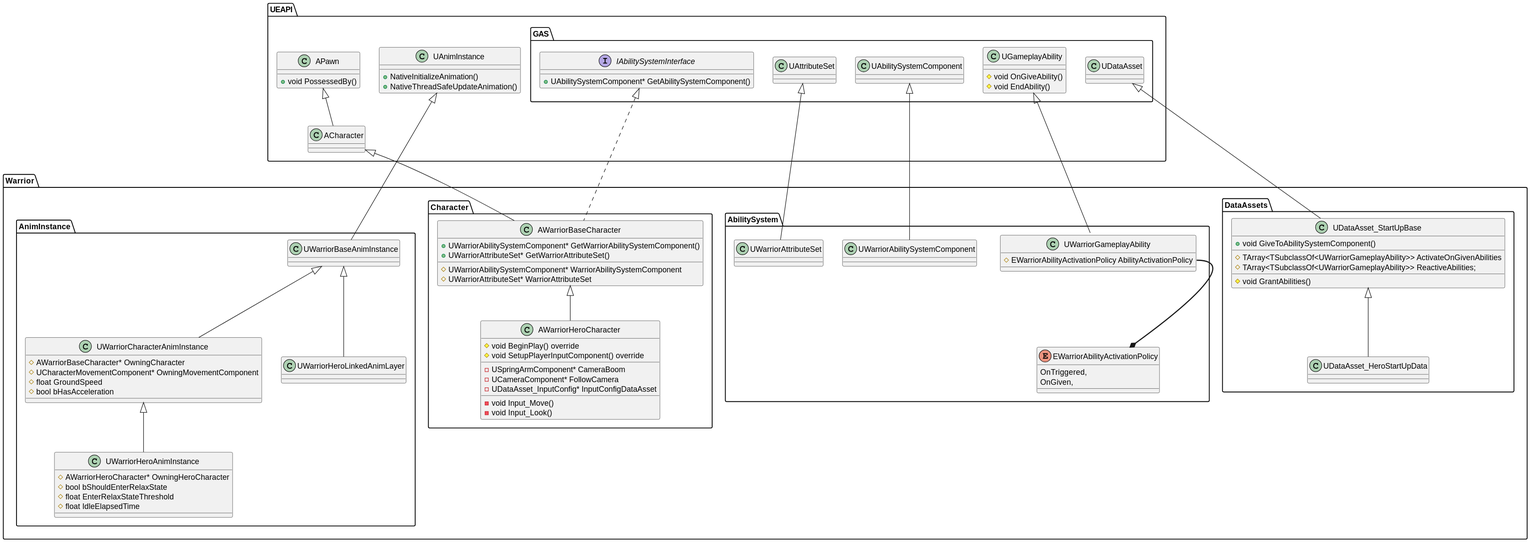
This is UML/out/Warrior.svg from YouMu-Lew/Warrior_GAS_Learning, a PlantUML export, as it was before one commit.
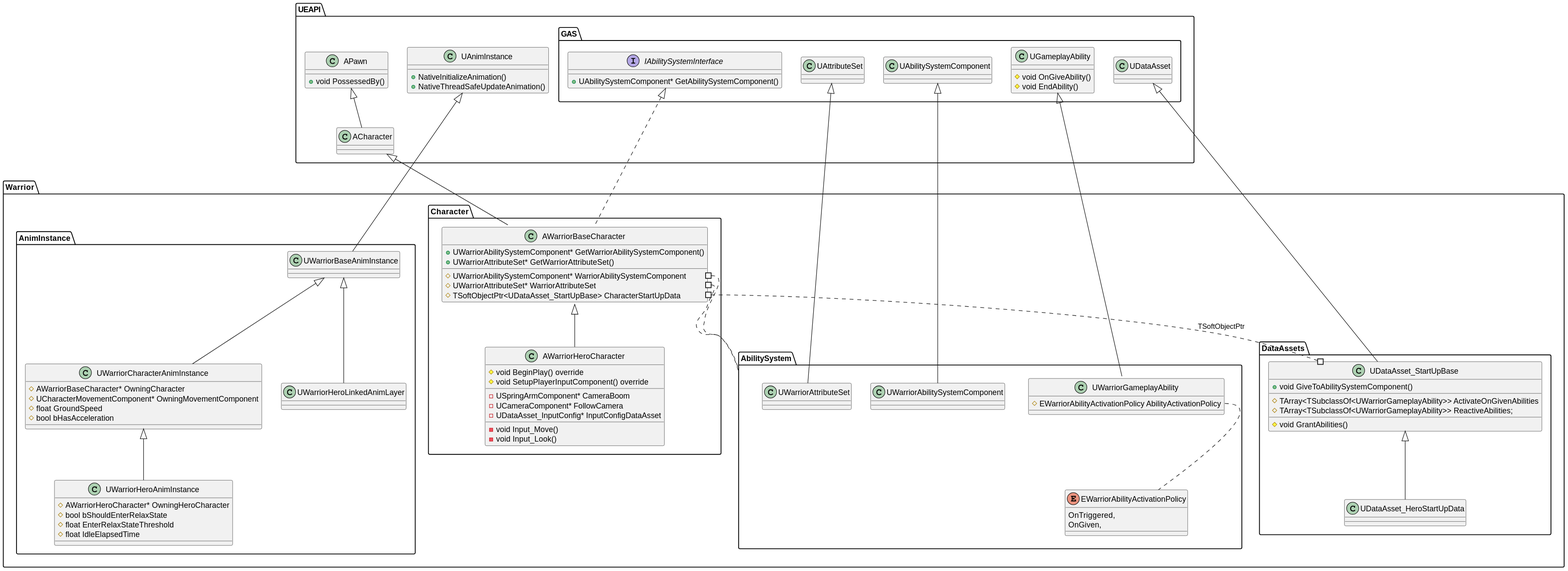
The same diagram one commit later.

Change to the diagram source:
```diff
@@ -61,6 +61,7 @@
             __
             # UWarriorAbilitySystemComponent* WarriorAbilitySystemComponent
             # UWarriorAttributeSet* WarriorAttributeSet
+            # TSoftObjectPtr<UDataAsset_StartUpBase> CharacterStartUpData
         }
 
         class AWarriorHeroCharacter extends AWarriorBaseCharacter{
@@ -116,12 +117,15 @@
 }/'namespace Warrior'/
 
 Warrior.AbilitySystem.UWarriorGameplayAbility -up-|> UEAPI.GAS.UGameplayAbility
-Warrior.AbilitySystem.UWarriorGameplayAbility::AbilityActivationPolicy -[bold]-* Warrior.AbilitySystem.EWarriorAbilityActivationPolicy
+Warrior.AbilitySystem.UWarriorGameplayAbility::AbilityActivationPolicy .. Warrior.AbilitySystem.EWarriorAbilityActivationPolicy
 Warrior.AbilitySystem.UWarriorAbilitySystemComponent -up-|> UEAPI.GAS.UAbilitySystemComponent
 Warrior.AbilitySystem.UWarriorAttributeSet -up-|> UEAPI.GAS.UAttributeSet
 
 Warrior.Character.AWarriorBaseCharacter -up-|>  UEAPI.ACharacter
 Warrior.Character.AWarriorBaseCharacter .up.|>  UEAPI.GAS.IAbilitySystemInterface
+AWarriorBaseCharacter::WarriorAbilitySystemComponent #.. AbilitySystem
+AWarriorBaseCharacter::WarriorAttributeSet #.. AbilitySystem
+AWarriorBaseCharacter::CharacterStartUpData #..# UDataAsset_StartUpBase : TSoftObjectPtr
 
 Warrior.AnimInstance.UWarriorBaseAnimInstance -up-|> UEAPI.UAnimInstance
 @enduml
```
